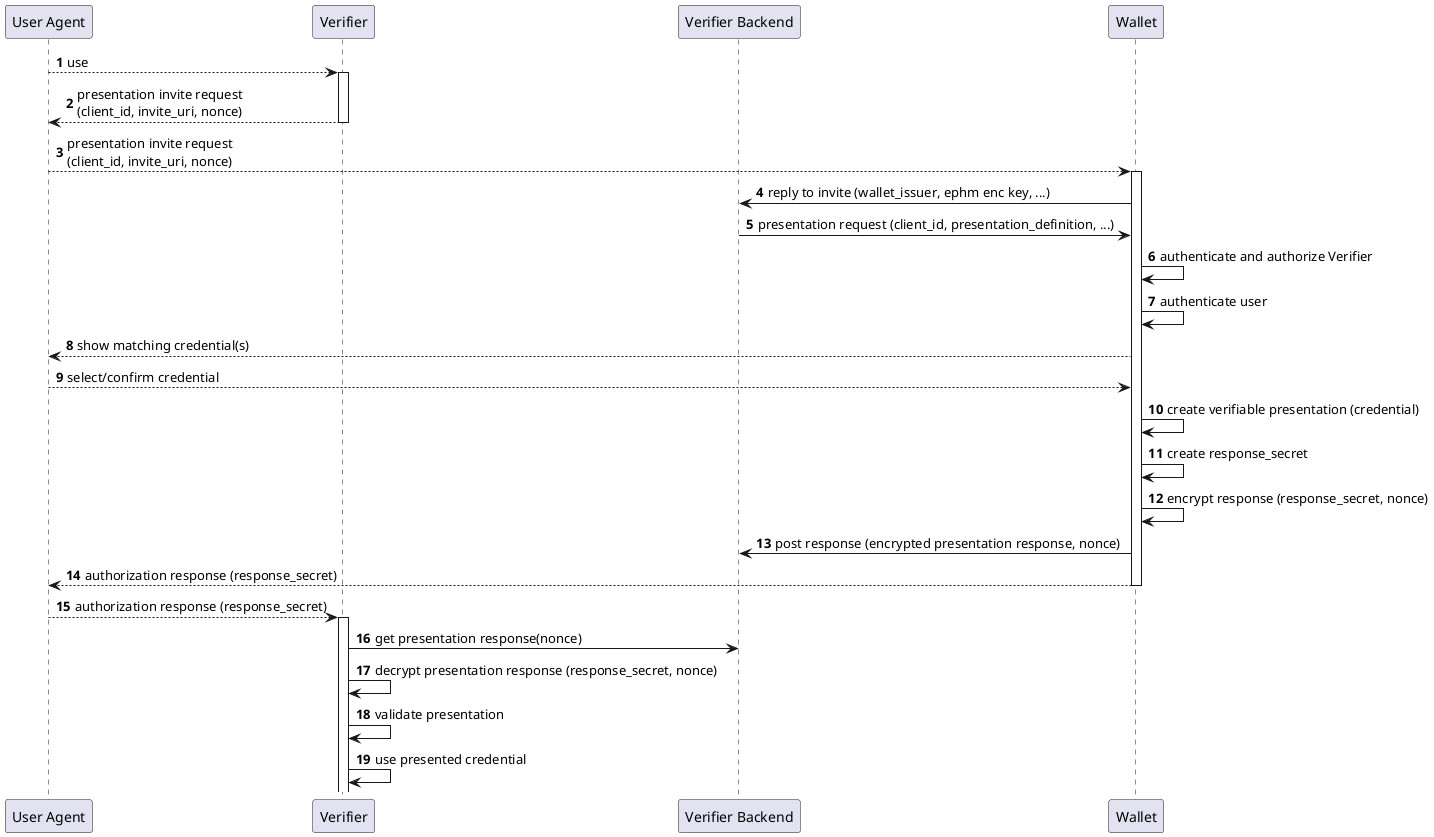
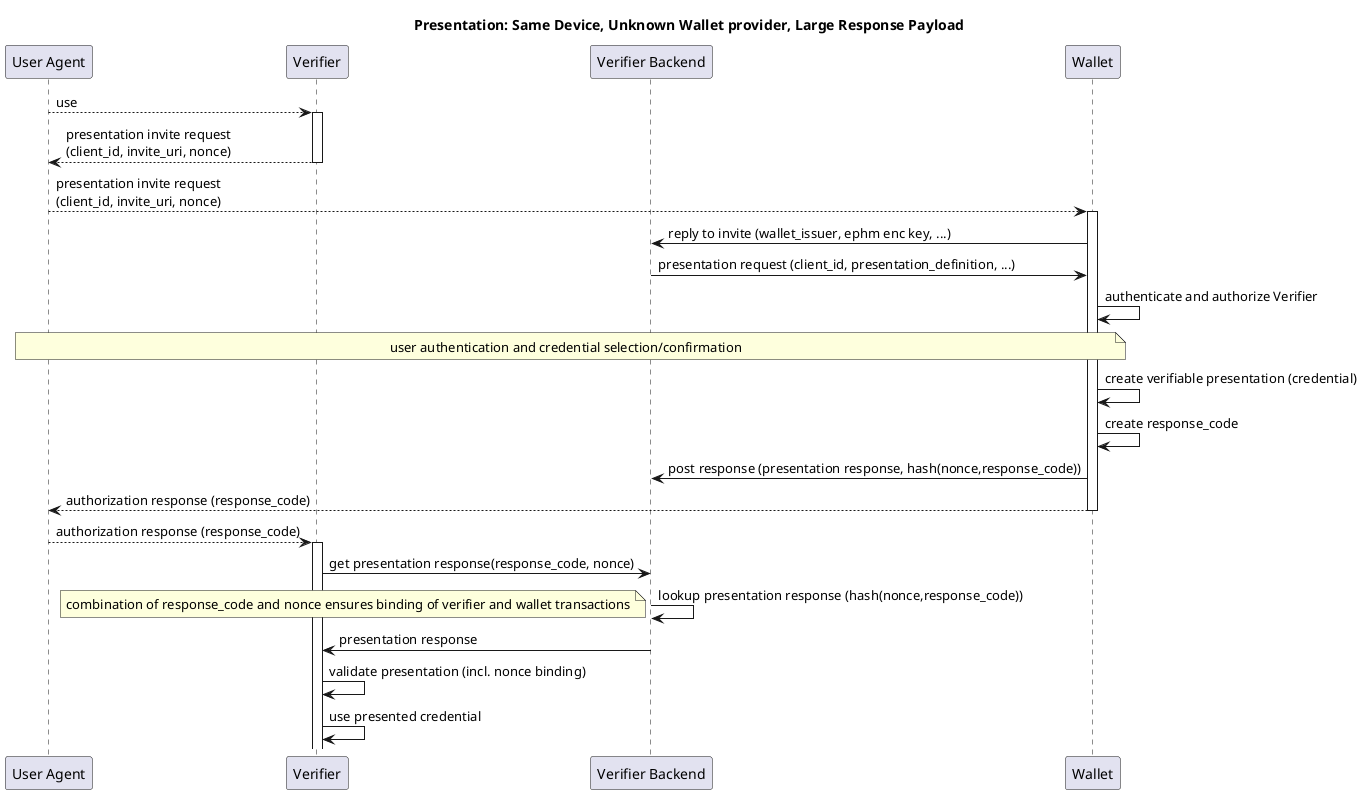
@startuml

- autonumber
+ title "Presentation: Same Device, Unknown Wallet provider, Large Response Payload"

participant "User Agent" as u

participant "Verifier" as r

participant "Verifier Backend" as rb

participant "Wallet" as w

u --> r : use
activate r
r --> u: presentation invite request\n(client_id, invite_uri, nonce)
deactivate r
u --> w: presentation invite request\n(client_id, invite_uri, nonce)
activate w
w -> rb: reply to invite (wallet_issuer, ephm enc key, ...)
rb -> w: presentation request (client_id, presentation_definition, ...)
w -> w: authenticate and authorize Verifier
- w -> w: authenticate user

- w --> u: show matching credential(s)
- u --> w: select/confirm credential
+ note over u, w: user authentication and credential selection/confirmation
+ 
w -> w: create verifiable presentation (credential)
- w -> w: create response_secret
- w -> w: encrypt response (response_secret, nonce)
- w -> rb: post response (encrypted presentation response, nonce)
- w --> u: authorization response (response_secret)
+ w -> w: create response_code
+ w -> rb: post response (presentation response, hash(nonce,response_code))
+ w --> u: authorization response (response_code)
deactivate w
- u --> r: authorization response (response_secret)
+ u --> r: authorization response (response_code)
activate r
- r -> rb: get presentation response(nonce)
- r -> r: decrypt presentation response (response_secret, nonce)
- r -> r: validate presentation
+ r -> rb: get presentation response(response_code, nonce)
+ rb -> rb: lookup presentation response (hash(nonce,response_code))
+ note left: combination of response_code and nonce ensures binding of verifier and wallet transactions
+ rb -> r: presentation response
+ r -> r: validate presentation (incl. nonce binding)
r -> r: use presented credential
@enduml